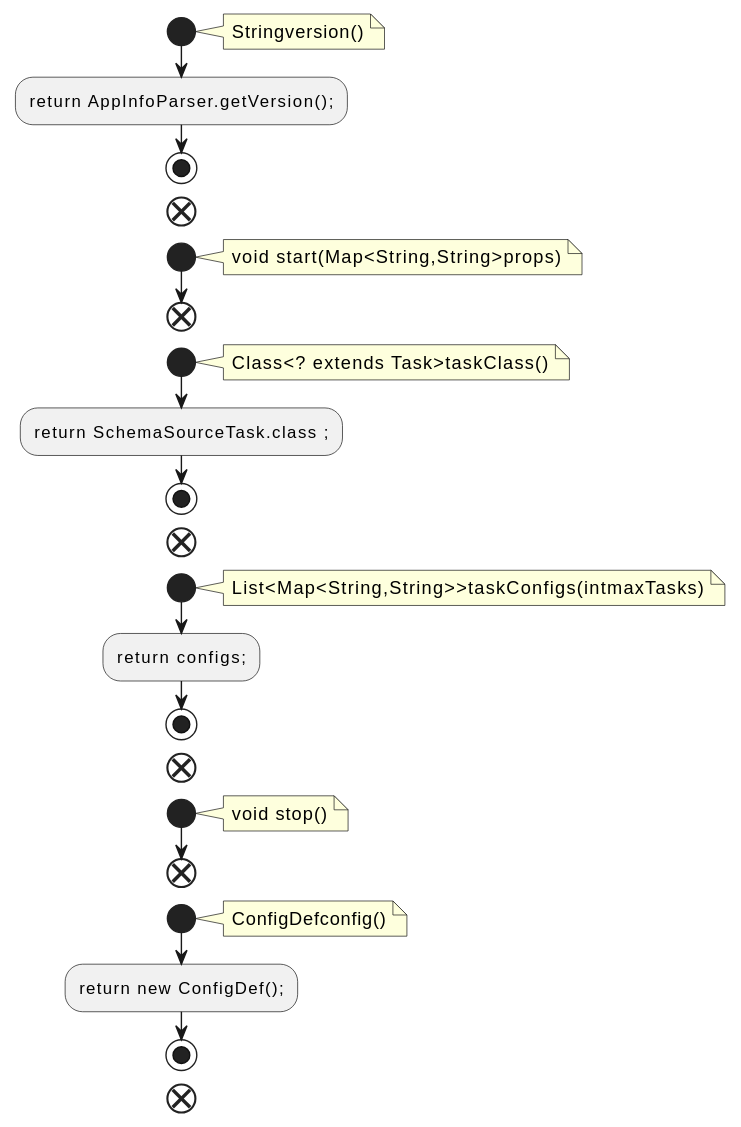
Earlier version of the PlantUML export docs/qc/connect/runtime/src/main/java/org/apache/kafka/connect/tools/SchemaSourceConnector.java.fct.svg (qualitesys/kafka). Source of this version:
```plantuml
@startuml
!pragma layout smetana
start
note right
Stringversion()
end note
:return AppInfoParser.getVersion();;
stop
end
start
note right
void start(Map<String,String>props)
end note
end
start
note right
Class<?  extends Task>taskClass()
end note
:return SchemaSourceTask.class ;;
stop
end
start
note right
List<Map<String,String>>taskConfigs(intmaxTasks)
end note
:return configs;;
stop
end
start
note right
void stop()
end note
end
start
note right
ConfigDefconfig()
end note
:return new ConfigDef();;
stop
end
@enduml
```
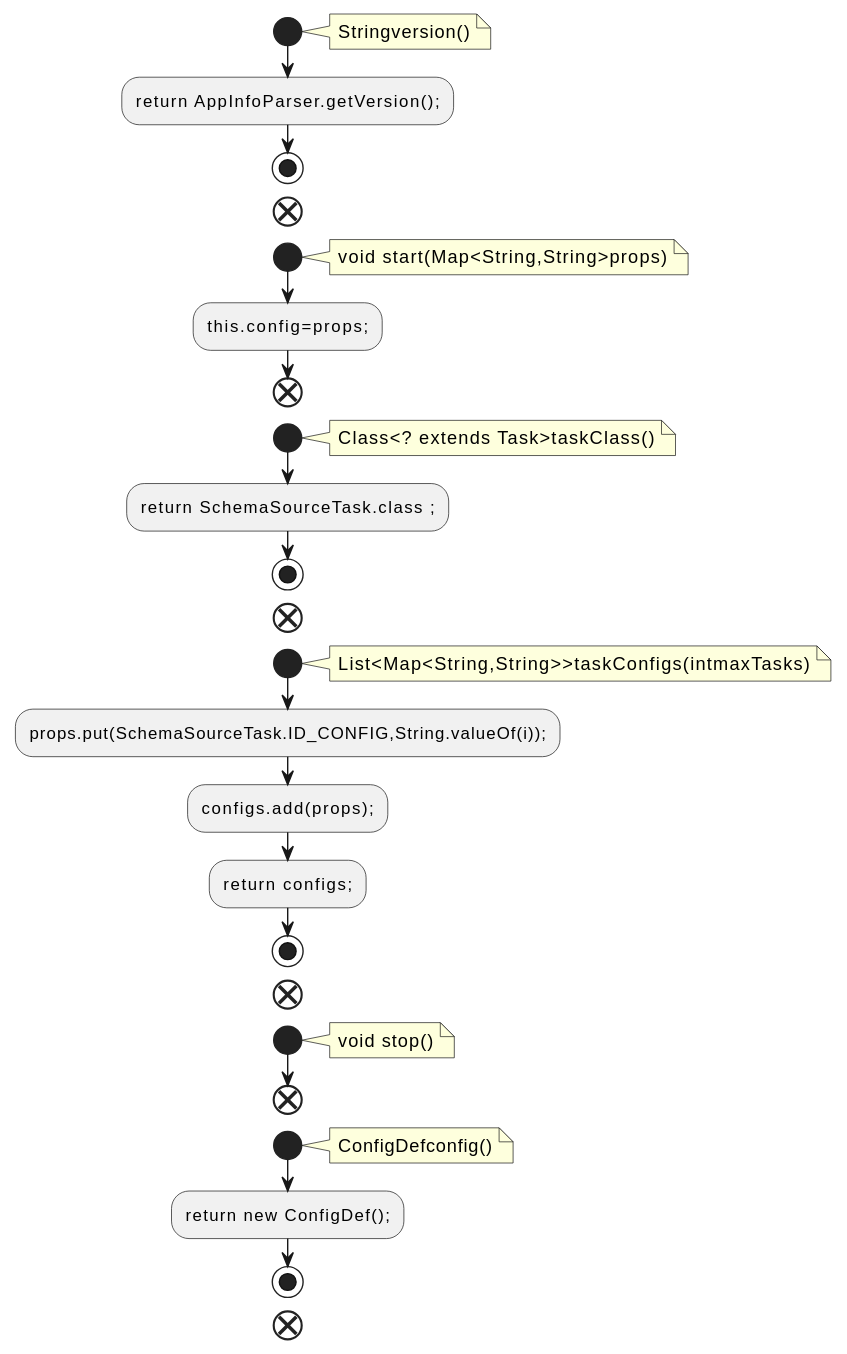
After the commit.

Diff of the diagram source:
```diff
@@ -11,6 +11,7 @@
 note right
 void start(Map<String,String>props)
 end note
+:this.config=props;;
 end
 start
 note right
@@ -23,6 +24,8 @@
 note right
 List<Map<String,String>>taskConfigs(intmaxTasks)
 end note
+:props.put(SchemaSourceTask.ID_CONFIG,String.valueOf(i));;
+:configs.add(props);;
 :return configs;;
 stop
 end
```
